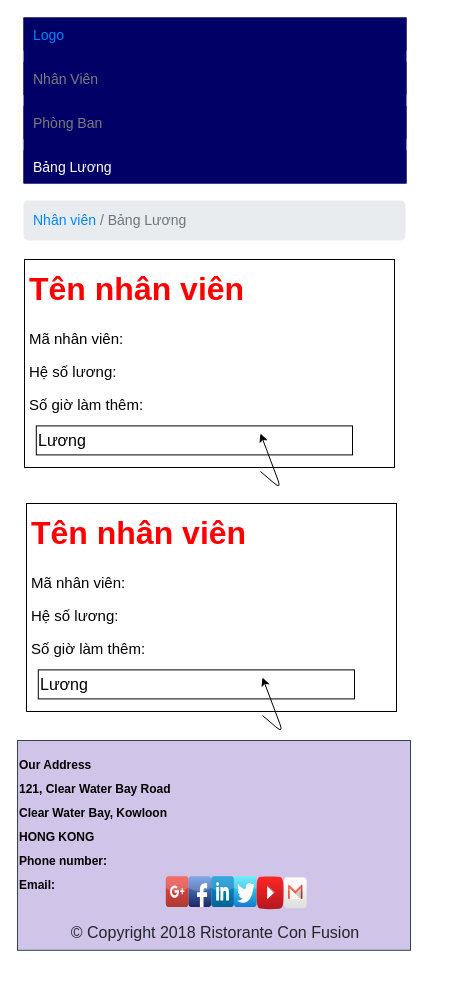
Before: page "Page-12" (12 of 12) of test.drawio in 19962608Na/React, a draw.io diagram. Source tidied: cells renumbered, new cells numbered last; positions are measured from the earlier drawing's top-left corner, leaving out a move shared by most shapes. Both pictures are drawn from the tidied source at 100%, with x=0, y=0 at pixel (17, 17).
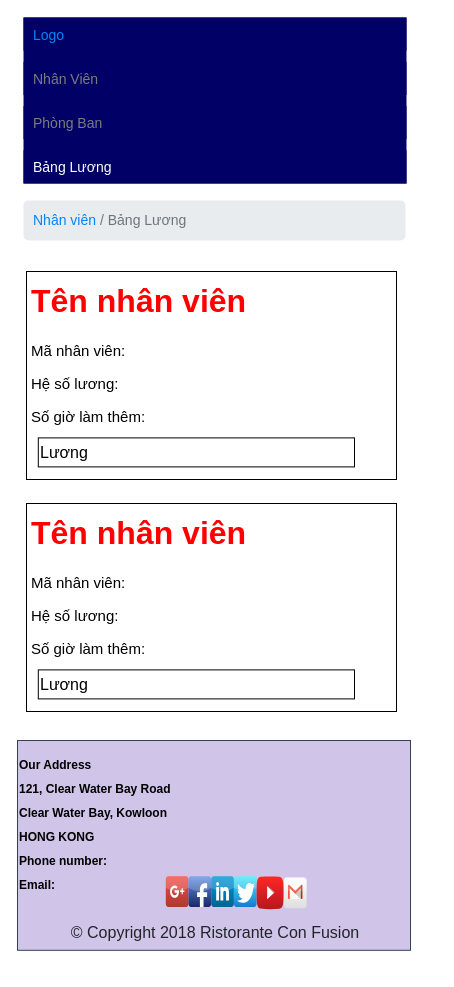
The same diagram, later.

Unchanged cells that the change refers to:
```xml
<mxCell id="23" style="group;" parent="1" vertex="1">
  <mxGeometry x="9" y="486" width="370" height="230" as="geometry" />
</mxCell>
```

Change to the diagram source:
```diff
@@
     <mxCell id="18" style="group;" parent="1" vertex="1">
-      <mxGeometry x="7" y="242" width="370" height="230" as="geometry" />
+      <mxGeometry x="9" y="254" width="370" height="230" as="geometry" />
     </mxCell>
-    <mxCell id="19" style="edgeStyle=none;html=1;fontSize=15;fontColor=#FFFFFF;" parent="18" edge="1">
-      <mxGeometry relative="1" as="geometry">
-        <mxPoint x="236" y="212" as="sourcePoint" />
-        <mxPoint x="236" y="174" as="targetPoint" />
-        <Array as="points">
-          <mxPoint x="257" y="230" />
-        </Array>
-      </mxGeometry>
-    </mxCell>
@@
-    <mxCell id="24" style="edgeStyle=none;html=1;fontSize=15;fontColor=#FFFFFF;" parent="23" edge="1">
-      <mxGeometry relative="1" as="geometry">
-        <mxPoint x="236" y="212" as="sourcePoint" />
-        <mxPoint x="236" y="174" as="targetPoint" />
-        <Array as="points">
-          <mxPoint x="257" y="230" />
-        </Array>
-      </mxGeometry>
-    </mxCell>
```
